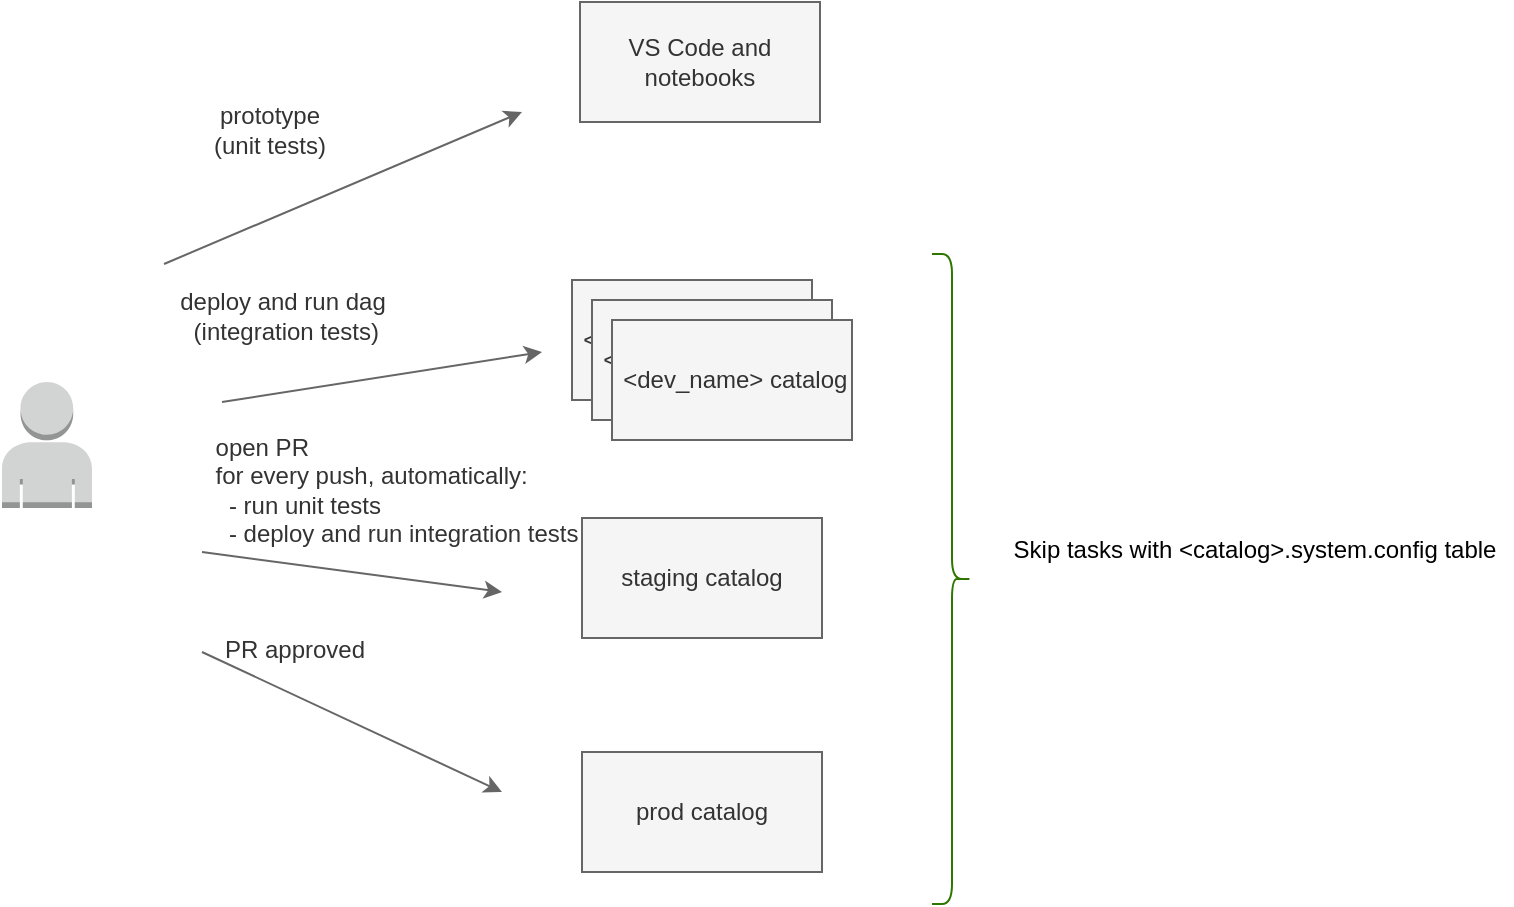
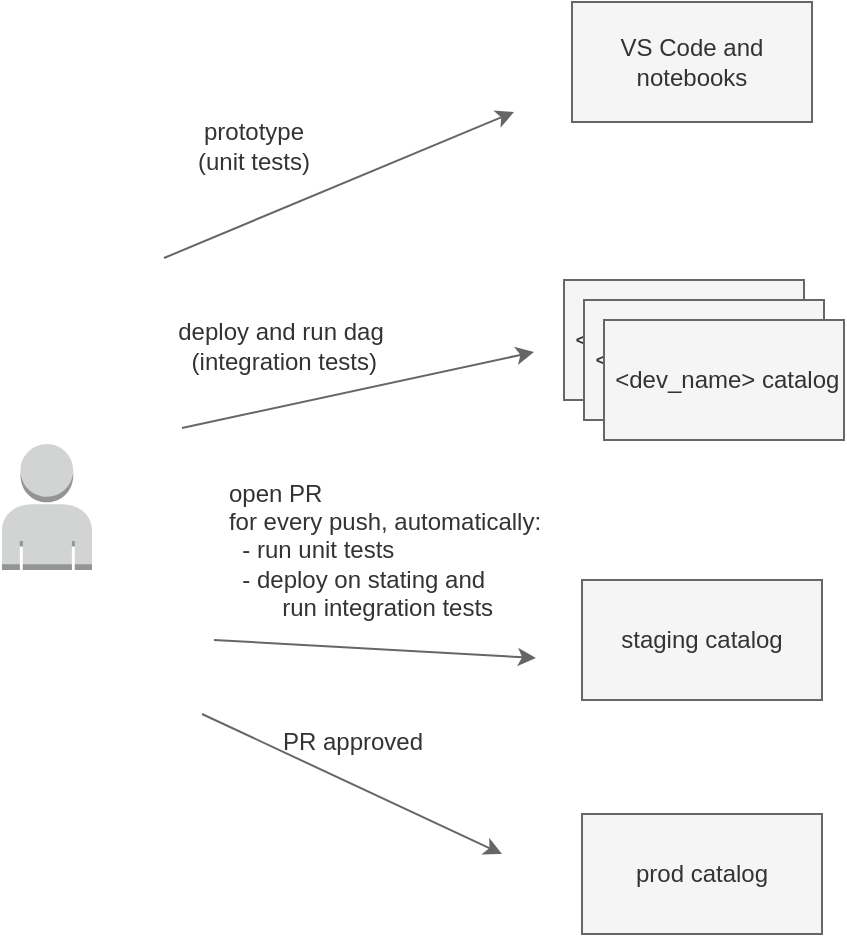
<mxfile host="65bd71144e">
    <diagram id="mtFdcSvoKdh9C-5KIGSu" name="Page-1">
-         <mxGraphModel dx="1047" dy="667" grid="0" gridSize="10" guides="1" tooltips="1" connect="1" arrows="1" fold="1" page="1" pageScale="1" pageWidth="1200" pageHeight="1100" background="#ffffff" math="0" shadow="0">
+         <mxGraphModel dx="1237" dy="612" grid="0" gridSize="10" guides="1" tooltips="1" connect="1" arrows="1" fold="1" page="1" pageScale="1" pageWidth="1200" pageHeight="1100" background="#ffffff" math="0" shadow="0">
            <root>
                <mxCell id="0"/>
                <mxCell id="1" parent="0"/>
                <mxCell id="2" value="VS Code and notebooks" style="rounded=0;whiteSpace=wrap;html=1;fillColor=#f5f5f5;fontColor=#333333;strokeColor=#666666;" parent="1" vertex="1">
-                     <mxGeometry x="406" y="165" width="120" height="60" as="geometry"/>
+                     <mxGeometry x="402" y="134" width="120" height="60" as="geometry"/>
                </mxCell>
                <mxCell id="3" value="prototype&lt;div&gt;(unit tests)&lt;/div&gt;" style="text;html=1;strokeColor=none;fillColor=none;align=center;verticalAlign=middle;whiteSpace=wrap;rounded=0;fontColor=#333333;" parent="1" vertex="1">
-                     <mxGeometry x="221" y="214" width="60" height="30" as="geometry"/>
+                     <mxGeometry x="213" y="191" width="60" height="30" as="geometry"/>
                </mxCell>
                <mxCell id="5" value="&lt;font style=&quot;font-size: 12px;&quot;&gt;&amp;nbsp;&amp;lt;dev_name&amp;gt; catalog&lt;/font&gt;" style="rounded=0;whiteSpace=wrap;html=1;fillColor=#f5f5f5;fontColor=#333333;strokeColor=#666666;" parent="1" vertex="1">
-                     <mxGeometry x="402" y="304" width="120" height="60" as="geometry"/>
+                     <mxGeometry x="398" y="273" width="120" height="60" as="geometry"/>
                </mxCell>
                <mxCell id="6" value="staging catalog" style="rounded=0;whiteSpace=wrap;html=1;fillColor=#f5f5f5;fontColor=#333333;strokeColor=#666666;" parent="1" vertex="1">
                    <mxGeometry x="407" y="423" width="120" height="60" as="geometry"/>
                </mxCell>
                <mxCell id="8" value="prod catalog" style="rounded=0;whiteSpace=wrap;html=1;fillColor=#f5f5f5;fontColor=#333333;strokeColor=#666666;" parent="1" vertex="1">
                    <mxGeometry x="407" y="540" width="120" height="60" as="geometry"/>
                </mxCell>
                <mxCell id="9" value="" style="endArrow=classic;html=1;fillColor=#f5f5f5;strokeColor=#666666;" parent="1" edge="1">
                    <mxGeometry width="50" height="50" relative="1" as="geometry">
-                         <mxPoint x="217" y="440" as="sourcePoint"/>
-                         <mxPoint x="367" y="460" as="targetPoint"/>
+                         <mxPoint x="223" y="453" as="sourcePoint"/>
+                         <mxPoint x="384" y="462" as="targetPoint"/>
                    </mxGeometry>
                </mxCell>
                <mxCell id="10" value="" style="endArrow=classic;html=1;fillColor=#f5f5f5;strokeColor=#666666;" parent="1" edge="1">
                    <mxGeometry width="50" height="50" relative="1" as="geometry">
-                         <mxPoint x="227" y="365" as="sourcePoint"/>
-                         <mxPoint x="387" y="340" as="targetPoint"/>
+                         <mxPoint x="207" y="347" as="sourcePoint"/>
+                         <mxPoint x="383" y="309" as="targetPoint"/>
                    </mxGeometry>
                </mxCell>
                <mxCell id="11" value="" style="endArrow=classic;html=1;fillColor=#f5f5f5;strokeColor=#666666;" parent="1" edge="1">
                    <mxGeometry width="50" height="50" relative="1" as="geometry">
-                         <mxPoint x="198" y="296" as="sourcePoint"/>
-                         <mxPoint x="377" y="220" as="targetPoint"/>
+                         <mxPoint x="198" y="262" as="sourcePoint"/>
+                         <mxPoint x="373" y="189" as="targetPoint"/>
                    </mxGeometry>
                </mxCell>
                <mxCell id="12" value="deploy and run dag&lt;div&gt;&lt;span style=&quot;background-color: transparent;&quot;&gt;&amp;nbsp;(integration tests)&lt;/span&gt;&lt;/div&gt;" style="text;html=1;align=center;verticalAlign=middle;resizable=0;points=[];autosize=1;strokeColor=none;fillColor=none;fontColor=#333333;" parent="1" vertex="1">
-                     <mxGeometry x="196" y="301" width="121" height="41" as="geometry"/>
+                     <mxGeometry x="195" y="285" width="121" height="41" as="geometry"/>
                </mxCell>
-                 <mxCell id="13" value="&lt;div style=&quot;text-align: left;&quot;&gt;&lt;span style=&quot;background-color: initial;&quot;&gt;open PR&lt;/span&gt;&lt;/div&gt;&lt;div style=&quot;text-align: left;&quot;&gt;&lt;span style=&quot;background-color: initial;&quot;&gt;for every push, automatically:&lt;/span&gt;&lt;/div&gt;&lt;div style=&quot;text-align: left;&quot;&gt;&lt;span style=&quot;background-color: initial;&quot;&gt;&amp;nbsp; - run unit tests&lt;/span&gt;&lt;/div&gt;&lt;div style=&quot;text-align: left;&quot;&gt;&lt;span style=&quot;background-color: initial;&quot;&gt;&amp;nbsp; - deploy and run&amp;nbsp;&lt;/span&gt;&lt;span style=&quot;background-color: initial;&quot;&gt;integration tests&lt;/span&gt;&lt;/div&gt;" style="text;html=1;align=center;verticalAlign=middle;resizable=0;points=[];autosize=1;strokeColor=none;fillColor=none;fontColor=#333333;" parent="1" vertex="1">
-                     <mxGeometry x="214" y="374" width="199" height="70" as="geometry"/>
+                 <mxCell id="13" value="&lt;div style=&quot;text-align: left;&quot;&gt;&lt;span style=&quot;background-color: initial;&quot;&gt;open PR&lt;/span&gt;&lt;/div&gt;&lt;div style=&quot;text-align: left;&quot;&gt;&lt;span style=&quot;background-color: initial;&quot;&gt;for every push, automatically:&lt;/span&gt;&lt;/div&gt;&lt;div style=&quot;text-align: left;&quot;&gt;&lt;span style=&quot;background-color: initial;&quot;&gt;&amp;nbsp; - run unit tests&lt;/span&gt;&lt;/div&gt;&lt;div style=&quot;text-align: left;&quot;&gt;&lt;span style=&quot;background-color: initial;&quot;&gt;&amp;nbsp; - deploy on stating and&amp;nbsp;&lt;/span&gt;&lt;/div&gt;&lt;div style=&quot;text-align: left;&quot;&gt;&lt;span style=&quot;background-color: initial;&quot;&gt;&lt;span style=&quot;white-space: pre;&quot;&gt;&#x9;&lt;/span&gt;run&amp;nbsp;&lt;/span&gt;&lt;span style=&quot;background-color: initial;&quot;&gt;integration tests&lt;/span&gt;&lt;/div&gt;" style="text;html=1;align=center;verticalAlign=middle;resizable=0;points=[];autosize=1;strokeColor=none;fillColor=none;fontColor=#333333;" parent="1" vertex="1">
+                     <mxGeometry x="221" y="366" width="174" height="84" as="geometry"/>
                </mxCell>
                <mxCell id="14" value="&lt;div style=&quot;text-align: left;&quot;&gt;PR approved&lt;/div&gt;" style="text;html=1;align=center;verticalAlign=middle;resizable=0;points=[];autosize=1;strokeColor=none;fillColor=none;fontColor=#333333;" parent="1" vertex="1">
-                     <mxGeometry x="217.5" y="474" width="90" height="30" as="geometry"/>
+                     <mxGeometry x="247" y="489" width="90" height="30" as="geometry"/>
                </mxCell>
                <mxCell id="15" value="" style="endArrow=classic;html=1;fillColor=#f5f5f5;strokeColor=#666666;" parent="1" edge="1">
                    <mxGeometry width="50" height="50" relative="1" as="geometry">
                        <mxPoint x="217" y="490" as="sourcePoint"/>
                        <mxPoint x="367" y="560" as="targetPoint"/>
                    </mxGeometry>
                </mxCell>
                <mxCell id="18" value="" style="outlineConnect=0;dashed=0;verticalLabelPosition=bottom;verticalAlign=top;align=center;html=1;shape=mxgraph.aws3.user;fillColor=#D2D3D3;gradientColor=none;" parent="1" vertex="1">
                    <mxGeometry x="117" y="355" width="45" height="63" as="geometry"/>
                </mxCell>
-                 <mxCell id="20" value="" style="shape=curlyBracket;whiteSpace=wrap;html=1;rounded=1;flipH=1;labelPosition=right;verticalLabelPosition=middle;align=left;verticalAlign=middle;fillColor=#60a917;fontColor=#ffffff;strokeColor=#2D7600;" parent="1" vertex="1">
-                     <mxGeometry x="582" y="291" width="20" height="325" as="geometry"/>
+                 <mxCell id="25" value="&lt;font style=&quot;font-size: 12px;&quot;&gt;&amp;nbsp;&amp;lt;dev_name&amp;gt; catalog&lt;/font&gt;" style="rounded=0;whiteSpace=wrap;html=1;fillColor=#f5f5f5;fontColor=#333333;strokeColor=#666666;" parent="1" vertex="1">
+                     <mxGeometry x="408" y="283" width="120" height="60" as="geometry"/>
                </mxCell>
-                 <mxCell id="24" value="Skip tasks with &amp;lt;catalog&amp;gt;.system.config table" style="text;html=1;align=center;verticalAlign=middle;resizable=0;points=[];autosize=1;fontColor=#000000;" parent="1" vertex="1">
-                     <mxGeometry x="613" y="425.5" width="259" height="26" as="geometry"/>
-                 </mxCell>
-                 <mxCell id="25" value="&lt;font style=&quot;font-size: 12px;&quot;&gt;&amp;nbsp;&amp;lt;dev_name&amp;gt; catalog&lt;/font&gt;" style="rounded=0;whiteSpace=wrap;html=1;fillColor=#f5f5f5;fontColor=#333333;strokeColor=#666666;" vertex="1" parent="1">
-                     <mxGeometry x="412" y="314" width="120" height="60" as="geometry"/>
-                 </mxCell>
-                 <mxCell id="26" value="&lt;font style=&quot;font-size: 12px;&quot;&gt;&amp;nbsp;&amp;lt;dev_name&amp;gt; catalog&lt;/font&gt;" style="rounded=0;whiteSpace=wrap;html=1;fillColor=#f5f5f5;fontColor=#333333;strokeColor=#666666;" vertex="1" parent="1">
-                     <mxGeometry x="422" y="324" width="120" height="60" as="geometry"/>
+                 <mxCell id="26" value="&lt;font style=&quot;font-size: 12px;&quot;&gt;&amp;nbsp;&amp;lt;dev_name&amp;gt; catalog&lt;/font&gt;" style="rounded=0;whiteSpace=wrap;html=1;fillColor=#f5f5f5;fontColor=#333333;strokeColor=#666666;" parent="1" vertex="1">
+                     <mxGeometry x="418" y="293" width="120" height="60" as="geometry"/>
                </mxCell>
            </root>
        </mxGraphModel>
    </diagram>
</mxfile>